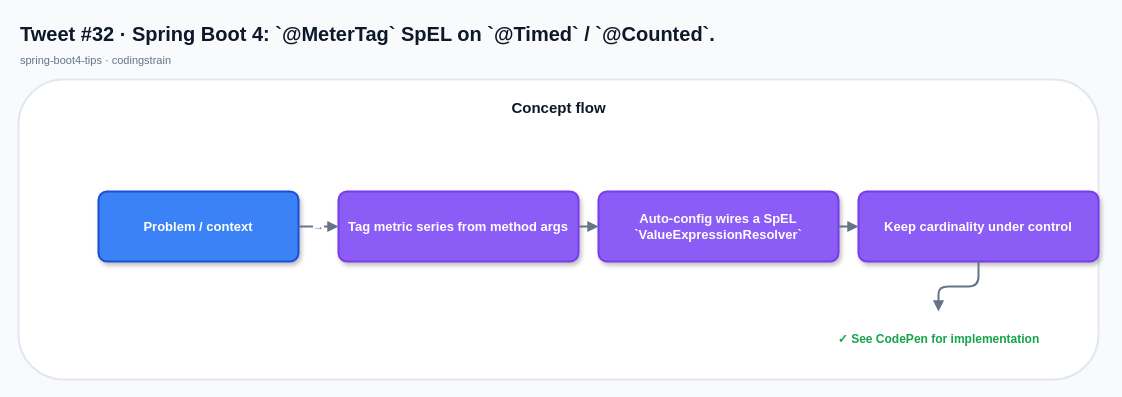
mcasari/codingstrain keeps this draw.io diagram as x-posts-examples/generated-x-posts/spring-boot4-posts/drawio/tweet-32.drawio. Above is the earlier version. Source tidied: cells renumbered, new cells numbered last; positions are measured from the earlier drawing's top-left corner, leaving out a move shared by most shapes. Both pictures are drawn from the tidied source at 100%, with x=0, y=0 at pixel (18, 17).
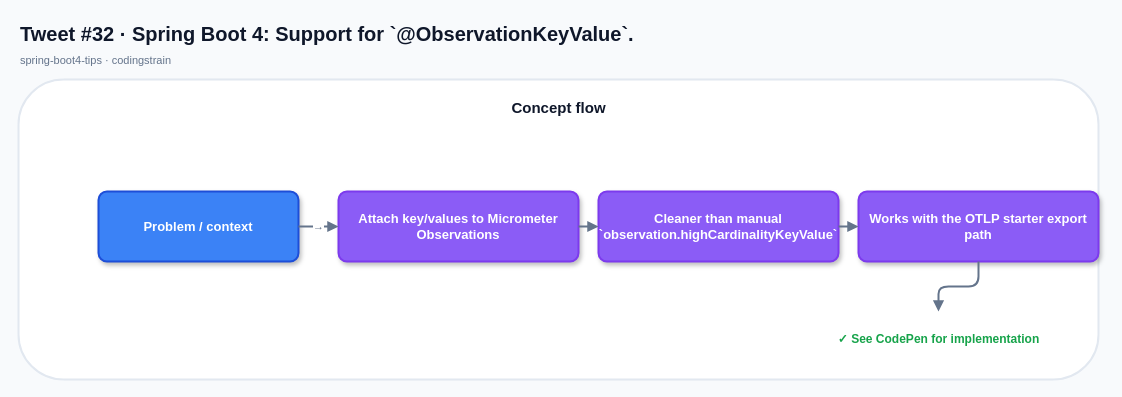
Above is the later version.

What changed in the source:
```diff
@@
 <mxGraphModel background="#F8FAFC">
   <root>
     <mxCell id="0" />
     <mxCell id="1" parent="0" />
-    <mxCell id="2" value="Tweet #32 · Spring Boot 4: `@MeterTag` SpEL on `@Timed` / `@Counted`." style="text;html=1;strokeColor=none;fillColor=none;align=left;verticalAlign=middle;fontSize=20;fontStyle=1;fontColor=#0F172A;" parent="1" vertex="1">
+    <mxCell id="2" value="Tweet #32 · Spring Boot 4: Support for `@ObservationKeyValue`." style="text;html=1;strokeColor=none;fillColor=none;align=left;verticalAlign=middle;fontSize=20;fontStyle=1;fontColor=#0F172A;" parent="1" vertex="1">
       <mxGeometry width="760" height="32" as="geometry" />
     </mxCell>
     <mxCell id="3" value="spring-boot4-tips · codingstrain" style="text;html=1;strokeColor=none;fillColor=none;align=left;verticalAlign=middle;fontSize=11;fontStyle=0;fontColor=#64748B;" parent="1" vertex="1">
       <mxGeometry y="32" width="520" height="22" as="geometry" />
     </mxCell>
     <mxCell id="4" style="rounded=1;fillColor=#FFFFFF;strokeColor=#E2E8F0;strokeWidth=2;shadow=0;" parent="1" vertex="1">
       <mxGeometry y="62" width="1080" height="300" as="geometry" />
     </mxCell>
     <mxCell id="5" value="Concept flow" style="text;html=1;strokeColor=none;fillColor=none;align=center;verticalAlign=middle;fontSize=15;fontStyle=1;fontColor=#0F172A;" parent="1" vertex="1">
       <mxGeometry x="20" y="76" width="1040" height="28" as="geometry" />
     </mxCell>
     <mxCell id="6" value="Problem / context" style="rounded=1;whiteSpace=wrap;html=1;arcSize=12;fillColor=#3B82F6;strokeColor=#1D4ED8;strokeWidth=2;fontColor=#FFFFFF;fontSize=13;fontStyle=1;shadow=1;align=center;verticalAlign=middle;" parent="1" vertex="1">
       <mxGeometry x="80" y="174" width="200" height="70" as="geometry" />
     </mxCell>
-    <mxCell id="7" value="Tag metric series from method args" style="rounded=1;whiteSpace=wrap;html=1;arcSize=12;fillColor=#8B5CF6;strokeColor=#7C3AED;strokeWidth=2;fontColor=#FFFFFF;fontSize=13;fontStyle=1;shadow=1;align=center;verticalAlign=middle;" parent="1" vertex="1">
+    <mxCell id="7" value="Attach key/values to Micrometer Observations" style="rounded=1;whiteSpace=wrap;html=1;arcSize=12;fillColor=#8B5CF6;strokeColor=#7C3AED;strokeWidth=2;fontColor=#FFFFFF;fontSize=13;fontStyle=1;shadow=1;align=center;verticalAlign=middle;" parent="1" vertex="1">
       <mxGeometry x="320" y="174" width="240" height="70" as="geometry" />
     </mxCell>
     <mxCell id="8" value="→" style="edgeStyle=orthogonalEdgeStyle;rounded=1;jettySize=auto;html=1;endArrow=block;endFill=1;startArrow=none;strokeColor=#64748B;strokeWidth=2;fontColor=#64748B;fontSize=11;" parent="1" edge="1" source="6" target="7">
       <mxGeometry relative="1" as="geometry" />
     </mxCell>
-    <mxCell id="9" value="Auto-config wires a SpEL `ValueExpressionResolver`" style="rounded=1;whiteSpace=wrap;html=1;arcSize=12;fillColor=#8B5CF6;strokeColor=#7C3AED;strokeWidth=2;fontColor=#FFFFFF;fontSize=13;fontStyle=1;shadow=1;align=center;verticalAlign=middle;" parent="1" vertex="1">
+    <mxCell id="9" value="Cleaner than manual `observation.highCardinalityKeyValue`" style="rounded=1;whiteSpace=wrap;html=1;arcSize=12;fillColor=#8B5CF6;strokeColor=#7C3AED;strokeWidth=2;fontColor=#FFFFFF;fontSize=13;fontStyle=1;shadow=1;align=center;verticalAlign=middle;" parent="1" vertex="1">
       <mxGeometry x="580" y="174" width="240" height="70" as="geometry" />
     </mxCell>
     <mxCell id="10" style="edgeStyle=orthogonalEdgeStyle;rounded=1;jettySize=auto;html=1;endArrow=block;endFill=1;startArrow=none;strokeColor=#64748B;strokeWidth=2;fontColor=#64748B;fontSize=11;" parent="1" edge="1" source="7" target="9">
       <mxGeometry relative="1" as="geometry" />
     </mxCell>
-    <mxCell id="11" value="Keep cardinality under control" style="rounded=1;whiteSpace=wrap;html=1;arcSize=12;fillColor=#8B5CF6;strokeColor=#7C3AED;strokeWidth=2;fontColor=#FFFFFF;fontSize=13;fontStyle=1;shadow=1;align=center;verticalAlign=middle;" parent="1" vertex="1">
+    <mxCell id="11" value="Works with the OTLP starter export path" style="rounded=1;whiteSpace=wrap;html=1;arcSize=12;fillColor=#8B5CF6;strokeColor=#7C3AED;strokeWidth=2;fontColor=#FFFFFF;fontSize=13;fontStyle=1;shadow=1;align=center;verticalAlign=middle;" parent="1" vertex="1">
       <mxGeometry x="840" y="174" width="240" height="70" as="geometry" />
     </mxCell>
     <mxCell id="12" style="edgeStyle=orthogonalEdgeStyle;rounded=1;jettySize=auto;html=1;endArrow=block;endFill=1;startArrow=none;strokeColor=#64748B;strokeWidth=2;fontColor=#64748B;fontSize=11;" parent="1" edge="1" source="9" target="11">
       <mxGeometry relative="1" as="geometry" />
     </mxCell>
     <mxCell id="13" value="✓ See CodePen for implementation" style="text;html=1;strokeColor=none;fillColor=none;align=center;verticalAlign=middle;fontSize=12;fontStyle=1;fontColor=#16A34A;" parent="1" vertex="1">
       <mxGeometry x="800" y="294" width="240" height="56" as="geometry" />
     </mxCell>
     <mxCell id="14" style="edgeStyle=orthogonalEdgeStyle;rounded=1;jettySize=auto;html=1;endArrow=block;endFill=1;startArrow=none;strokeColor=#64748B;strokeWidth=2;fontColor=#64748B;fontSize=11;" parent="1" edge="1" source="11" target="13">
       <mxGeometry relative="1" as="geometry" />
     </mxCell>
   </root>
 </mxGraphModel>
```
